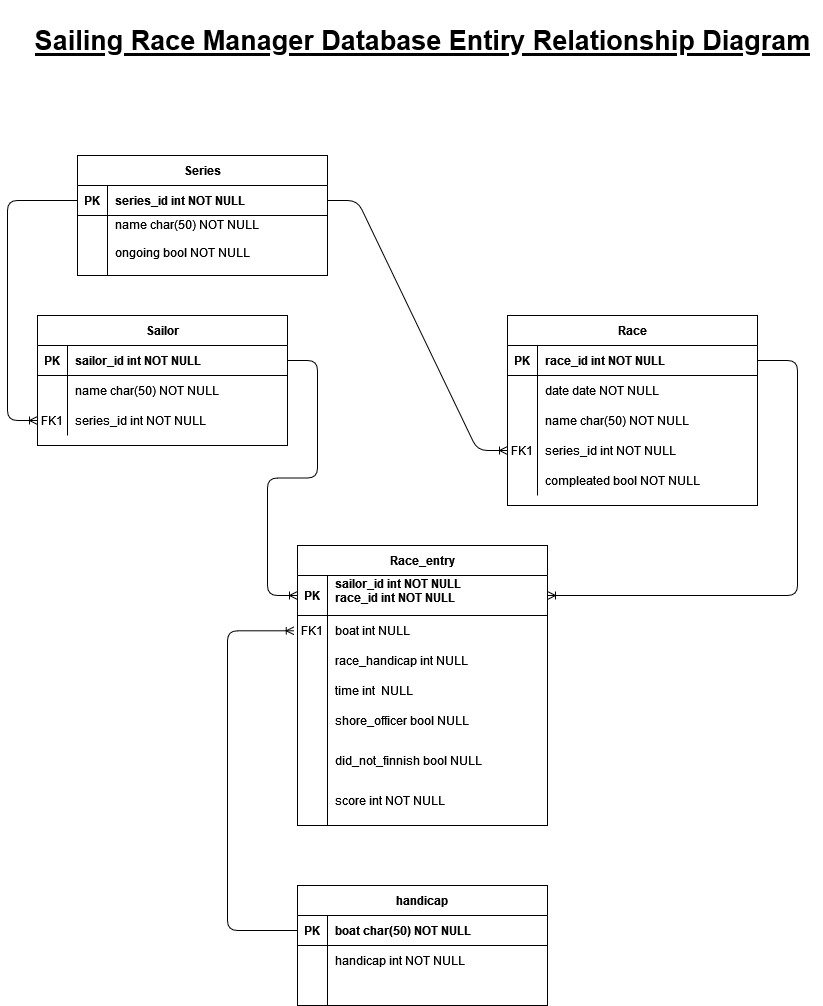
The draw.io diagram Planning Documents/ERDs/ERD 2.png in Hamster339/L4Project-SailingRaceManager, before a commit. Source tidied: cells renumbered, new cells last; positions are measured from the earlier drawing's top-left corner, leaving out a move shared by most shapes. Source of this version:
```xml
<mxGraphModel>
  <root>
    <mxCell id="0" />
    <mxCell id="1" parent="0" />
    <mxCell id="2" value="Race" style="shape=table;startSize=30;rowLines=0;fontStyle=1;align=center;" parent="1" vertex="1">
      <mxGeometry x="500" y="315" width="250" height="190" as="geometry" />
    </mxCell>
    <mxCell id="3" style="shape=partialRectangle;fillColor=none;points=[[0,0.5],[1,0.5]];portConstraint=eastwest;top=0;left=0;right=0;bottom=1;" parent="2" vertex="1">
      <mxGeometry y="30" width="250" height="30" as="geometry" />
    </mxCell>
    <mxCell id="4" value="PK" style="shape=partialRectangle;overflow=hidden;fillColor=none;top=0;left=0;bottom=0;right=0;fontStyle=1;" parent="3" vertex="1">
      <mxGeometry width="30" height="30" as="geometry" />
    </mxCell>
    <mxCell id="5" value="race_id int NOT NULL " style="shape=partialRectangle;overflow=hidden;fillColor=none;top=0;left=0;bottom=0;right=0;align=left;spacingLeft=6;fontStyle=1;" parent="3" vertex="1">
      <mxGeometry x="30" width="220" height="30" as="geometry" />
    </mxCell>
    <mxCell id="6" style="shape=partialRectangle;fillColor=none;top=0;left=0;right=0;bottom=0;" parent="2" vertex="1">
      <mxGeometry y="60" width="250" height="30" as="geometry" />
    </mxCell>
    <mxCell id="7" style="shape=partialRectangle;overflow=hidden;fillColor=none;top=0;left=0;bottom=0;right=0;" parent="6" vertex="1">
      <mxGeometry width="30" height="30" as="geometry" />
    </mxCell>
    <mxCell id="8" value="date date NOT NULL" style="shape=partialRectangle;overflow=hidden;fillColor=none;top=0;left=0;bottom=0;right=0;align=left;spacingLeft=6;" parent="6" vertex="1">
      <mxGeometry x="30" width="220" height="30" as="geometry" />
    </mxCell>
    <mxCell id="9" style="shape=partialRectangle;fillColor=none;top=0;left=0;right=0;bottom=0;" parent="2" vertex="1">
      <mxGeometry y="90" width="250" height="30" as="geometry" />
    </mxCell>
    <mxCell id="10" style="shape=partialRectangle;overflow=hidden;fillColor=none;top=0;left=0;bottom=0;right=0;" parent="9" vertex="1">
      <mxGeometry width="30" height="30" as="geometry" />
    </mxCell>
    <mxCell id="11" value="name char(50) NOT NULL" style="shape=partialRectangle;overflow=hidden;fillColor=none;top=0;left=0;bottom=0;right=0;align=left;spacingLeft=6;" parent="9" vertex="1">
      <mxGeometry x="30" width="220" height="30" as="geometry" />
    </mxCell>
    <mxCell id="12" style="shape=partialRectangle;fillColor=none;points=[[0,0.5],[1,0.5]];portConstraint=eastwest;top=0;left=0;right=0;bottom=0;" parent="2" vertex="1">
      <mxGeometry y="120" width="250" height="30" as="geometry" />
    </mxCell>
    <mxCell id="13" value="FK1" style="shape=partialRectangle;overflow=hidden;fillColor=none;top=0;left=0;bottom=0;right=0;" parent="12" vertex="1">
      <mxGeometry width="30" height="30" as="geometry" />
    </mxCell>
    <mxCell id="14" value="series_id int NOT NULL" style="shape=partialRectangle;overflow=hidden;fillColor=none;top=0;left=0;bottom=0;right=0;align=left;spacingLeft=6;" parent="12" vertex="1">
      <mxGeometry x="30" width="220" height="30" as="geometry" />
    </mxCell>
    <mxCell id="15" style="shape=partialRectangle;fillColor=none;top=0;left=0;right=0;bottom=0;" parent="2" vertex="1">
      <mxGeometry y="150" width="250" height="30" as="geometry" />
    </mxCell>
    <mxCell id="16" style="shape=partialRectangle;overflow=hidden;fillColor=none;top=0;left=0;bottom=0;right=0;" parent="15" vertex="1">
      <mxGeometry width="30" height="30" as="geometry" />
    </mxCell>
    <mxCell id="17" value="compleated bool NOT NULL" style="shape=partialRectangle;overflow=hidden;fillColor=none;top=0;left=0;bottom=0;right=0;align=left;spacingLeft=6;" parent="15" vertex="1">
      <mxGeometry x="30" width="220" height="30" as="geometry" />
    </mxCell>
    <mxCell id="18" value="Race_entry" style="shape=table;startSize=30;rowLines=0;fontStyle=1;align=center;" parent="1" vertex="1">
      <mxGeometry x="290" y="545" width="250" height="280" as="geometry" />
    </mxCell>
    <mxCell id="19" style="shape=partialRectangle;fillColor=none;points=[[0,0.5],[1,0.5]];portConstraint=eastwest;top=0;left=0;right=0;bottom=1;" parent="18" vertex="1">
      <mxGeometry y="30" width="250" height="40" as="geometry" />
    </mxCell>
    <mxCell id="20" value="PK" style="shape=partialRectangle;overflow=hidden;fillColor=none;top=0;left=0;bottom=0;right=0;fontStyle=1;" parent="19" vertex="1">
      <mxGeometry width="30" height="40" as="geometry" />
    </mxCell>
    <mxCell id="21" value="sailor_id int NOT NULL&#10;race_id int NOT NULL&#10; " style="shape=partialRectangle;overflow=hidden;fillColor=none;top=0;left=0;bottom=0;right=0;align=left;spacingLeft=6;fontStyle=1;" parent="19" vertex="1">
      <mxGeometry x="30" width="220" height="40" as="geometry" />
    </mxCell>
    <mxCell id="22" style="shape=partialRectangle;fillColor=none;points=[[0,0.5],[1,0.5]];portConstraint=eastwest;top=0;left=0;right=0;bottom=0;" parent="18" vertex="1">
      <mxGeometry y="70" width="250" height="30" as="geometry" />
    </mxCell>
    <mxCell id="23" value="FK1" style="shape=partialRectangle;overflow=hidden;fillColor=none;top=0;left=0;bottom=0;right=0;" parent="22" vertex="1">
      <mxGeometry width="30" height="30" as="geometry" />
    </mxCell>
    <mxCell id="24" value="boat int NULL" style="shape=partialRectangle;overflow=hidden;fillColor=none;top=0;left=0;bottom=0;right=0;align=left;spacingLeft=6;" parent="22" vertex="1">
      <mxGeometry x="30" width="220" height="30" as="geometry" />
    </mxCell>
    <mxCell id="25" style="shape=partialRectangle;fillColor=none;top=0;left=0;right=0;bottom=0;" parent="18" vertex="1">
      <mxGeometry y="100" width="250" height="180" as="geometry" />
    </mxCell>
    <mxCell id="26" style="shape=partialRectangle;overflow=hidden;fillColor=none;top=0;left=0;bottom=0;right=0;" parent="25" vertex="1">
      <mxGeometry width="30" height="180" as="geometry" />
    </mxCell>
    <mxCell id="27" style="shape=partialRectangle;overflow=hidden;fillColor=none;top=0;left=0;bottom=0;right=0;align=left;spacingLeft=6;" parent="25" vertex="1">
      <mxGeometry x="30" width="220" height="180" as="geometry" />
    </mxCell>
    <mxCell id="28" value="Series" style="shape=table;startSize=30;rowLines=0;fontStyle=1;align=center;" parent="1" vertex="1">
      <mxGeometry x="70" y="155" width="250" height="120" as="geometry" />
    </mxCell>
    <mxCell id="29" style="shape=partialRectangle;fillColor=none;points=[[0,0.5],[1,0.5]];portConstraint=eastwest;top=0;left=0;right=0;bottom=1;" parent="28" vertex="1">
      <mxGeometry y="30" width="250" height="30" as="geometry" />
    </mxCell>
    <mxCell id="30" value="PK" style="shape=partialRectangle;overflow=hidden;fillColor=none;top=0;left=0;bottom=0;right=0;fontStyle=1;" parent="29" vertex="1">
      <mxGeometry width="30" height="30" as="geometry" />
    </mxCell>
    <mxCell id="31" value="series_id int NOT NULL " style="shape=partialRectangle;overflow=hidden;fillColor=none;top=0;left=0;bottom=0;right=0;align=left;spacingLeft=6;fontStyle=1;" parent="29" vertex="1">
      <mxGeometry x="30" width="220" height="30" as="geometry" />
    </mxCell>
    <mxCell id="32" style="shape=partialRectangle;fillColor=none;top=0;left=0;right=0;bottom=0;" parent="28" vertex="1">
      <mxGeometry y="60" width="250" height="60" as="geometry" />
    </mxCell>
    <mxCell id="33" style="shape=partialRectangle;overflow=hidden;fillColor=none;top=0;left=0;bottom=0;right=0;" parent="32" vertex="1">
      <mxGeometry width="30" height="60" as="geometry" />
    </mxCell>
    <mxCell id="34" value="name char(50) NOT NULL&#10;&#10;ongoing bool NOT NULL&#10;" style="shape=partialRectangle;overflow=hidden;fillColor=none;top=0;left=0;bottom=0;right=0;align=left;spacingLeft=6;" parent="32" vertex="1">
      <mxGeometry x="30" width="220" height="60" as="geometry" />
    </mxCell>
    <mxCell id="35" value="Sailor" style="shape=table;startSize=30;rowLines=0;fontStyle=1;align=center;" parent="1" vertex="1">
      <mxGeometry x="30" y="315" width="250" height="130" as="geometry" />
    </mxCell>
    <mxCell id="36" style="shape=partialRectangle;fillColor=none;points=[[0,0.5],[1,0.5]];portConstraint=eastwest;top=0;left=0;right=0;bottom=1;" parent="35" vertex="1">
      <mxGeometry y="30" width="250" height="30" as="geometry" />
    </mxCell>
    <mxCell id="37" value="PK" style="shape=partialRectangle;overflow=hidden;fillColor=none;top=0;left=0;bottom=0;right=0;fontStyle=1;" parent="36" vertex="1">
      <mxGeometry width="30" height="30" as="geometry" />
    </mxCell>
    <mxCell id="38" value="sailor_id int NOT NULL " style="shape=partialRectangle;overflow=hidden;fillColor=none;top=0;left=0;bottom=0;right=0;align=left;spacingLeft=6;fontStyle=1;" parent="36" vertex="1">
      <mxGeometry x="30" width="220" height="30" as="geometry" />
    </mxCell>
    <mxCell id="39" style="shape=partialRectangle;fillColor=none;top=0;left=0;right=0;bottom=0;" parent="35" vertex="1">
      <mxGeometry y="60" width="250" height="30" as="geometry" />
    </mxCell>
    <mxCell id="40" style="shape=partialRectangle;overflow=hidden;fillColor=none;top=0;left=0;bottom=0;right=0;" parent="39" vertex="1">
      <mxGeometry width="30" height="30" as="geometry" />
    </mxCell>
    <mxCell id="41" value="name char(50) NOT NULL" style="shape=partialRectangle;overflow=hidden;fillColor=none;top=0;left=0;bottom=0;right=0;align=left;spacingLeft=6;" parent="39" vertex="1">
      <mxGeometry x="30" width="220" height="30" as="geometry" />
    </mxCell>
    <mxCell id="42" style="shape=partialRectangle;fillColor=none;points=[[0,0.5],[1,0.5]];portConstraint=eastwest;top=0;left=0;right=0;bottom=0;" parent="35" vertex="1">
      <mxGeometry y="90" width="250" height="30" as="geometry" />
    </mxCell>
    <mxCell id="43" value="FK1" style="shape=partialRectangle;overflow=hidden;fillColor=none;top=0;left=0;bottom=0;right=0;" parent="42" vertex="1">
      <mxGeometry width="30" height="30" as="geometry" />
    </mxCell>
    <mxCell id="44" value="series_id int NOT NULL" style="shape=partialRectangle;overflow=hidden;fillColor=none;top=0;left=0;bottom=0;right=0;align=left;spacingLeft=6;" parent="42" vertex="1">
      <mxGeometry x="30" width="220" height="30" as="geometry" />
    </mxCell>
    <mxCell id="45" value="handicap" style="shape=table;startSize=30;rowLines=0;fontStyle=1;align=center;" parent="1" vertex="1">
      <mxGeometry x="290" y="885" width="250" height="120" as="geometry" />
    </mxCell>
    <mxCell id="46" style="shape=partialRectangle;fillColor=none;points=[[0,0.5],[1,0.5]];portConstraint=eastwest;top=0;left=0;right=0;bottom=1;" parent="45" vertex="1">
      <mxGeometry y="30" width="250" height="30" as="geometry" />
    </mxCell>
    <mxCell id="47" value="PK" style="shape=partialRectangle;overflow=hidden;fillColor=none;top=0;left=0;bottom=0;right=0;fontStyle=1;" parent="46" vertex="1">
      <mxGeometry width="30" height="30" as="geometry" />
    </mxCell>
    <mxCell id="48" value="boat char(50) NOT NULL " style="shape=partialRectangle;overflow=hidden;fillColor=none;top=0;left=0;bottom=0;right=0;align=left;spacingLeft=6;fontStyle=1;" parent="46" vertex="1">
      <mxGeometry x="30" width="220" height="30" as="geometry" />
    </mxCell>
    <mxCell id="49" style="shape=partialRectangle;fillColor=none;top=0;left=0;right=0;bottom=0;" parent="45" vertex="1">
      <mxGeometry y="60" width="250" height="30" as="geometry" />
    </mxCell>
    <mxCell id="50" style="shape=partialRectangle;overflow=hidden;fillColor=none;top=0;left=0;bottom=0;right=0;" parent="49" vertex="1">
      <mxGeometry width="30" height="30" as="geometry" />
    </mxCell>
    <mxCell id="51" value="handicap int NOT NULL" style="shape=partialRectangle;overflow=hidden;fillColor=none;top=0;left=0;bottom=0;right=0;align=left;spacingLeft=6;" parent="49" vertex="1">
      <mxGeometry x="30" width="220" height="30" as="geometry" />
    </mxCell>
    <mxCell id="52" style="shape=partialRectangle;fillColor=none;top=0;left=0;right=0;bottom=0;" parent="45" vertex="1">
      <mxGeometry y="90" width="250" height="30" as="geometry" />
    </mxCell>
    <mxCell id="53" style="shape=partialRectangle;overflow=hidden;fillColor=none;top=0;left=0;bottom=0;right=0;" parent="52" vertex="1">
      <mxGeometry width="30" height="30" as="geometry" />
    </mxCell>
    <mxCell id="54" style="shape=partialRectangle;overflow=hidden;fillColor=none;top=0;left=0;bottom=0;right=0;align=left;spacingLeft=6;" parent="52" vertex="1">
      <mxGeometry x="30" width="220" height="30" as="geometry" />
    </mxCell>
    <mxCell id="55" style="edgeStyle=elbowEdgeStyle;fontSize=12;html=1;endArrow=ERoneToMany;rounded=1;entryX=-0.013;entryY=0.51;entryDx=0;entryDy=0;entryPerimeter=0;" parent="1" edge="1" source="46" target="22">
      <mxGeometry relative="1" as="geometry">
        <Array as="points">
          <mxPoint x="220" y="775" />
        </Array>
      </mxGeometry>
    </mxCell>
    <mxCell id="56" value="race_handicap int NULL" style="shape=partialRectangle;overflow=hidden;fillColor=none;top=0;left=0;bottom=0;right=0;align=left;spacingLeft=6;" parent="1" vertex="1">
      <mxGeometry x="320" y="645" width="220" height="30" as="geometry" />
    </mxCell>
    <mxCell id="57" value="time int  NULL" style="shape=partialRectangle;overflow=hidden;fillColor=none;top=0;left=0;bottom=0;right=0;align=left;spacingLeft=6;" parent="1" vertex="1">
      <mxGeometry x="320" y="675" width="220" height="30" as="geometry" />
    </mxCell>
    <mxCell id="58" value="shore_officer bool NULL" style="shape=partialRectangle;overflow=hidden;fillColor=none;top=0;left=0;bottom=0;right=0;align=left;spacingLeft=6;" parent="1" vertex="1">
      <mxGeometry x="320" y="705" width="220" height="30" as="geometry" />
    </mxCell>
    <mxCell id="59" value="did_not_finnish bool NULL" style="shape=partialRectangle;overflow=hidden;fillColor=none;top=0;left=0;bottom=0;right=0;align=left;spacingLeft=6;" parent="1" vertex="1">
      <mxGeometry x="320" y="745" width="220" height="30" as="geometry" />
    </mxCell>
    <mxCell id="60" value="score int NOT NULL" style="shape=partialRectangle;overflow=hidden;fillColor=none;top=0;left=0;bottom=0;right=0;align=left;spacingLeft=6;" parent="1" vertex="1">
      <mxGeometry x="320" y="785" width="220" height="30" as="geometry" />
    </mxCell>
    <mxCell id="61" style="edgeStyle=elbowEdgeStyle;fontSize=12;html=1;endArrow=ERoneToMany;rounded=1;entryX=1;entryY=0.5;entryDx=0;entryDy=0;exitX=1;exitY=0.5;exitDx=0;exitDy=0;" parent="1" edge="1" source="3" target="19">
      <mxGeometry relative="1" as="geometry">
        <Array as="points">
          <mxPoint x="790" y="485" />
        </Array>
      </mxGeometry>
    </mxCell>
    <mxCell id="62" style="edgeStyle=entityRelationEdgeStyle;fontSize=12;html=1;endArrow=ERoneToMany;rounded=1;entryX=0;entryY=0.5;entryDx=0;entryDy=0;exitX=1;exitY=0.5;exitDx=0;exitDy=0;" parent="1" edge="1" source="36" target="19">
      <mxGeometry relative="1" as="geometry" />
    </mxCell>
    <mxCell id="63" style="edgeStyle=entityRelationEdgeStyle;fontSize=12;html=1;endArrow=ERoneToMany;rounded=1;entryX=0;entryY=0.5;entryDx=0;entryDy=0;exitX=1;exitY=0.5;exitDx=0;exitDy=0;" parent="1" edge="1" source="29" target="12">
      <mxGeometry relative="1" as="geometry" />
    </mxCell>
    <mxCell id="64" style="edgeStyle=elbowEdgeStyle;fontSize=12;html=1;endArrow=ERoneToMany;rounded=1;entryX=0;entryY=0.5;entryDx=0;entryDy=0;exitX=0;exitY=0.5;exitDx=0;exitDy=0;" parent="1" edge="1" source="29" target="42">
      <mxGeometry relative="1" as="geometry">
        <Array as="points">
          <mxPoint y="485" />
        </Array>
      </mxGeometry>
    </mxCell>
    <mxCell id="65" value="&lt;h1 style=&quot;font-size: 27px;&quot;&gt;&lt;font style=&quot;font-size: 27px;&quot;&gt;&lt;u&gt;Sailing Race Manager Database Entiry Relationship Diagram&lt;/u&gt;&lt;/font&gt;&lt;/h1&gt;" style="text;html=1;align=center;verticalAlign=middle;strokeColor=none;fillColor=none;" parent="1" vertex="1">
      <mxGeometry x="15" width="800" height="80" as="geometry" />
    </mxCell>
  </root>
</mxGraphModel>
```
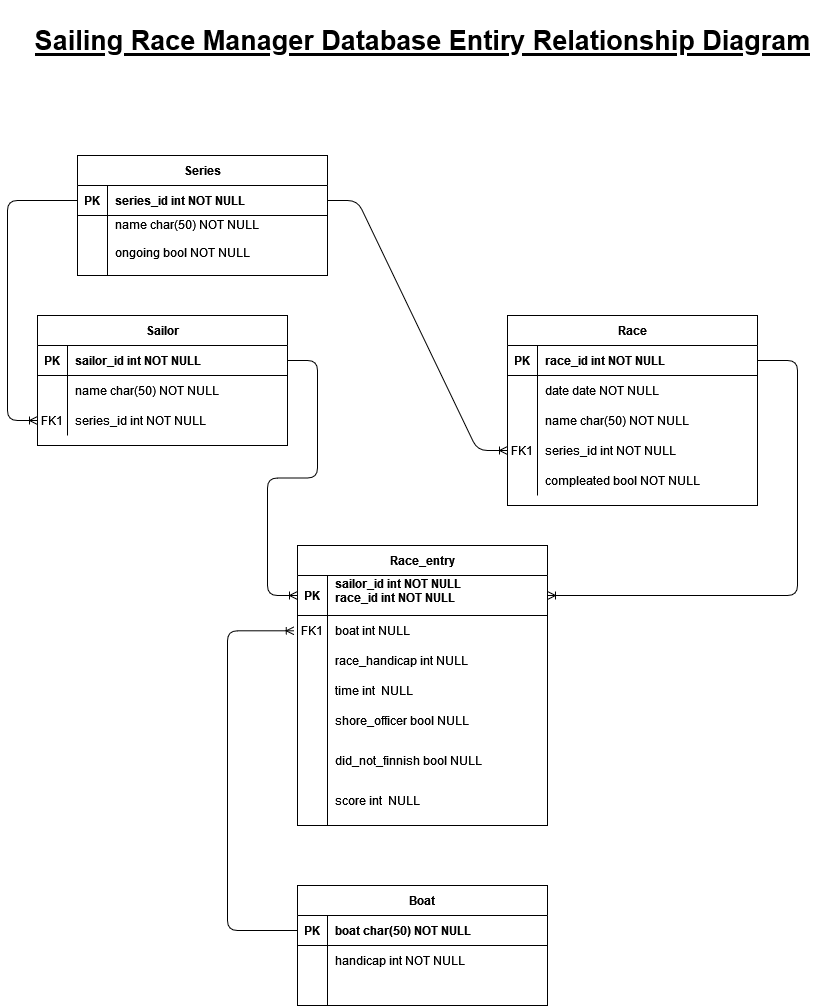
After the change.

The edit, as a diff of the source:
```diff
@@ -131,7 +131,7 @@
     <mxCell id="44" value="series_id int NOT NULL" style="shape=partialRectangle;overflow=hidden;fillColor=none;top=0;left=0;bottom=0;right=0;align=left;spacingLeft=6;" parent="42" vertex="1">
       <mxGeometry x="30" width="220" height="30" as="geometry" />
     </mxCell>
-    <mxCell id="45" value="handicap" style="shape=table;startSize=30;rowLines=0;fontStyle=1;align=center;" parent="1" vertex="1">
+    <mxCell id="45" value="Boat" style="shape=table;startSize=30;rowLines=0;fontStyle=1;align=center;" parent="1" vertex="1">
       <mxGeometry x="290" y="885" width="250" height="120" as="geometry" />
     </mxCell>
     <mxCell id="46" style="shape=partialRectangle;fillColor=none;points=[[0,0.5],[1,0.5]];portConstraint=eastwest;top=0;left=0;right=0;bottom=1;" parent="45" vertex="1">
@@ -180,7 +180,7 @@
     <mxCell id="59" value="did_not_finnish bool NULL" style="shape=partialRectangle;overflow=hidden;fillColor=none;top=0;left=0;bottom=0;right=0;align=left;spacingLeft=6;" parent="1" vertex="1">
       <mxGeometry x="320" y="745" width="220" height="30" as="geometry" />
     </mxCell>
-    <mxCell id="60" value="score int NOT NULL" style="shape=partialRectangle;overflow=hidden;fillColor=none;top=0;left=0;bottom=0;right=0;align=left;spacingLeft=6;" parent="1" vertex="1">
+    <mxCell id="60" value="score int  NULL" style="shape=partialRectangle;overflow=hidden;fillColor=none;top=0;left=0;bottom=0;right=0;align=left;spacingLeft=6;" parent="1" vertex="1">
       <mxGeometry x="320" y="785" width="220" height="30" as="geometry" />
     </mxCell>
     <mxCell id="61" style="edgeStyle=elbowEdgeStyle;fontSize=12;html=1;endArrow=ERoneToMany;rounded=1;entryX=1;entryY=0.5;entryDx=0;entryDy=0;exitX=1;exitY=0.5;exitDx=0;exitDy=0;" parent="1" edge="1" source="3" target="19">
```
